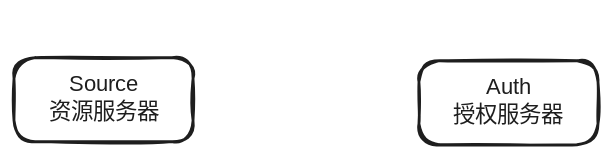
Before: doc/assets/auth.excalidraw.svg, a diagram exported from Excalidraw (geekeryy/api-hub). Source tidied: one line per element, renumbered; positions are measured from the earlier drawing's top-left corner, leaving out a move shared by most shapes. Its diagram source:
```json
{"id": 0, "type": "rectangle", "strokeColor": "#1e1e1e", "strokeWidth": 2, "roughness": 1, "round": true, "x": 289, "y": 2, "width": 128, "height": 60}
{"id": 1, "type": "text", "text": "Auth\n授权服务器", "strokeColor": "#1e1e1e", "strokeWidth": 2, "roughness": 1, "fontSize": 16, "fontFamily": 5, "textAlign": "center", "verticalAlign": "middle", "inside": 0, "x": 313, "y": 12, "width": 80, "height": 40}
{"id": 2, "type": "rectangle", "strokeColor": "#1e1e1e", "strokeWidth": 2, "roughness": 1, "round": true, "x": 0, "y": 0, "width": 128, "height": 60}
{"id": 3, "type": "text", "text": "Source\n资源服务器", "strokeColor": "#1e1e1e", "strokeWidth": 2, "roughness": 1, "fontSize": 16, "fontFamily": 5, "textAlign": "center", "verticalAlign": "middle", "inside": 2, "x": 24, "y": 10, "width": 80, "height": 40}
```
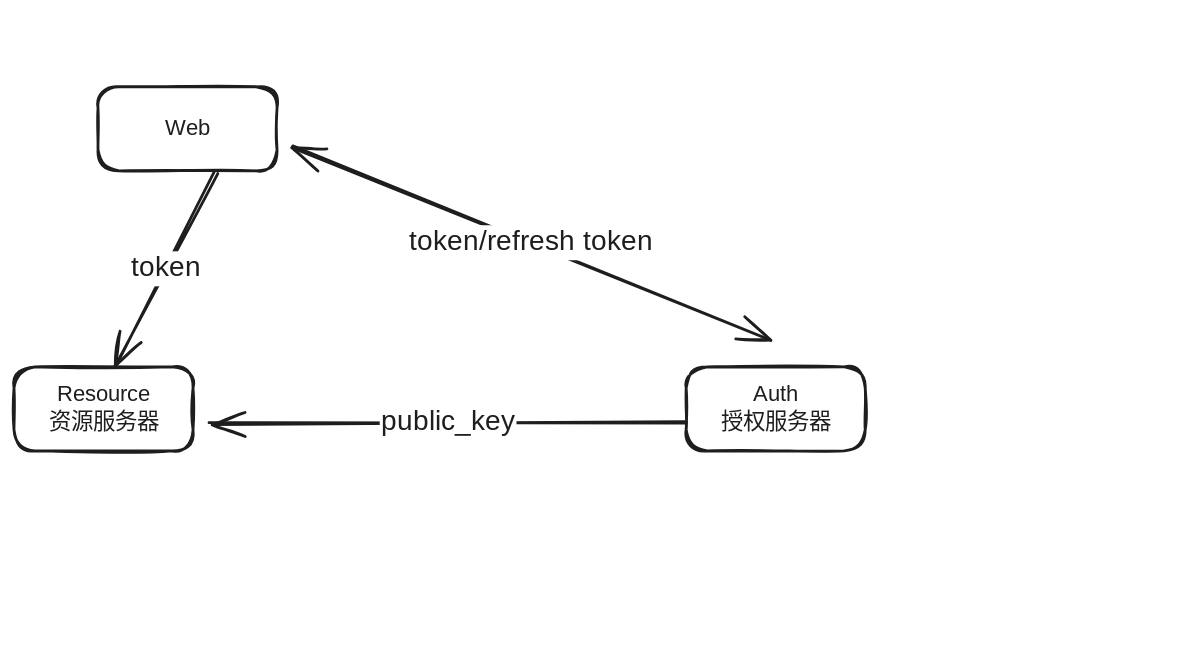
After the commit.

The edit, as a diff of the source:
```diff
@@ -1,4 +1,12 @@
-{"id": 0, "type": "rectangle", "strokeColor": "#1e1e1e", "strokeWidth": 2, "roughness": 1, "round": true, "x": 289, "y": 2, "width": 128, "height": 60}
+{"id": 0, "type": "rectangle", "strokeColor": "#1e1e1e", "strokeWidth": 2, "roughness": 1, "round": true, "x": 404, "y": -28, "width": 128, "height": 60}
-{"id": 1, "type": "text", "text": "Auth\n授权服务器", "strokeColor": "#1e1e1e", "strokeWidth": 2, "roughness": 1, "fontSize": 16, "fontFamily": 5, "textAlign": "center", "verticalAlign": "middle", "inside": 0, "x": 313, "y": 12, "width": 80, "height": 40}
+{"id": 1, "type": "text", "text": "Auth\n授权服务器", "strokeColor": "#1e1e1e", "strokeWidth": 2, "roughness": 1, "fontSize": 16, "fontFamily": 5, "textAlign": "center", "verticalAlign": "middle", "inside": 0, "x": 428, "y": -18, "width": 80, "height": 40}
-{"id": 2, "type": "rectangle", "strokeColor": "#1e1e1e", "strokeWidth": 2, "roughness": 1, "round": true, "x": 0, "y": 0, "width": 128, "height": 60}
+{"id": 2, "type": "rectangle", "strokeColor": "#1e1e1e", "strokeWidth": 2, "roughness": 1, "round": true, "x": -76, "y": -28, "width": 128, "height": 60}
-{"id": 3, "type": "text", "text": "Source\n资源服务器", "strokeColor": "#1e1e1e", "strokeWidth": 2, "roughness": 1, "fontSize": 16, "fontFamily": 5, "textAlign": "center", "verticalAlign": "middle", "inside": 2, "x": 24, "y": 10, "width": 80, "height": 40}
+{"id": 3, "type": "text", "text": "Resource\n资源服务器", "strokeColor": "#1e1e1e", "strokeWidth": 2, "roughness": 1, "fontSize": 16, "fontFamily": 5, "textAlign": "center", "verticalAlign": "middle", "inside": 2, "x": -52, "y": -18, "width": 80, "height": 40}
+{"id": 4, "type": "arrow", "strokeColor": "#1e1e1e", "strokeWidth": 2, "roughness": 1, "endArrowhead": "arrow", "round": true, "from": 0, "to": 2, "x": 404, "y": 12, "width": 340, "height": 0, "points": [[0, 0], [-340, 0]]}
+{"id": 5, "type": "text", "text": "public_key", "strokeColor": "#1e1e1e", "strokeWidth": 2, "roughness": 1, "fontSize": 20, "fontFamily": 5, "textAlign": "center", "verticalAlign": "middle", "inside": 4, "x": 22, "y": 101, "width": 98, "height": 25}
+{"id": 6, "type": "rectangle", "strokeColor": "#1e1e1e", "strokeWidth": 2, "roughness": 1, "round": true, "x": -16, "y": -228, "width": 128, "height": 60}
+{"id": 7, "type": "text", "text": "Web", "strokeColor": "#1e1e1e", "strokeWidth": 2, "roughness": 1, "fontSize": 16, "fontFamily": 5, "textAlign": "center", "verticalAlign": "middle", "inside": 6, "x": 33, "y": -208, "width": 30, "height": 20}
+{"id": 8, "type": "arrow", "strokeColor": "#1e1e1e", "strokeWidth": 2, "roughness": 1, "endArrowhead": "arrow", "round": true, "from": 6, "to": 2, "x": 68, "y": -167, "width": 70, "height": 139, "points": [[0, 0], [-70, 139]]}
+{"id": 9, "type": "text", "text": "token", "strokeColor": "#1e1e1e", "strokeWidth": 2, "roughness": 1, "fontSize": 20, "fontFamily": 5, "textAlign": "center", "verticalAlign": "middle", "inside": 8, "x": 5, "y": -100, "width": 55, "height": 25}
+{"id": 10, "type": "arrow", "strokeColor": "#1e1e1e", "strokeWidth": 2, "roughness": 1, "startArrowhead": "arrow", "endArrowhead": "arrow", "round": true, "to": 6, "x": 464, "y": -48, "width": 342, "height": 137, "points": [[0, 0], [-342, -137]]}
+{"id": 11, "type": "text", "text": "token/refresh token", "strokeColor": "#1e1e1e", "strokeWidth": 2, "roughness": 1, "fontSize": 20, "fontFamily": 5, "textAlign": "center", "verticalAlign": "middle", "inside": 10, "x": 195, "y": -110, "width": 198, "height": 25}
```
